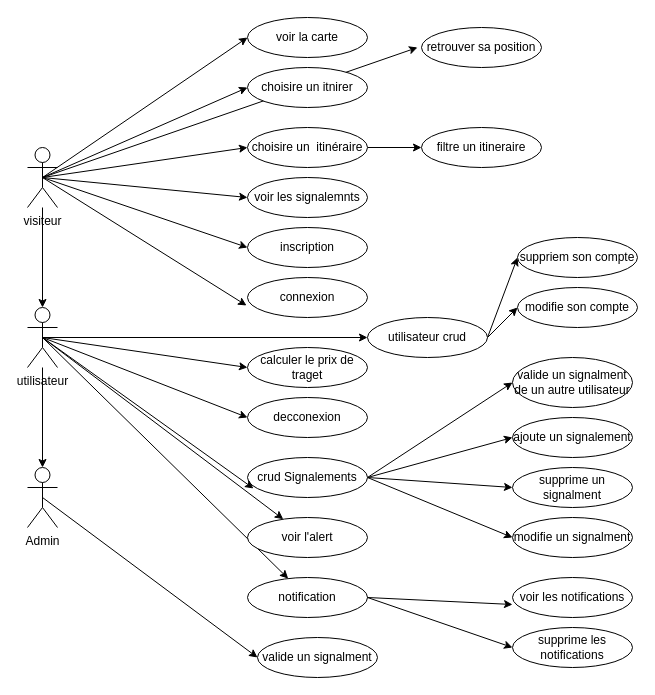
This is Documentation/Diagramma senza titolo.drawio from hamza-bely/4proj, a draw.io file, before an edit. Source tidied: cells renumbered, new cells numbered last; positions are measured from the earlier drawing's top-left corner, leaving out a move shared by most shapes. Both pictures are drawn from the tidied source at 100%, with x=0, y=0 at pixel (27, 17).
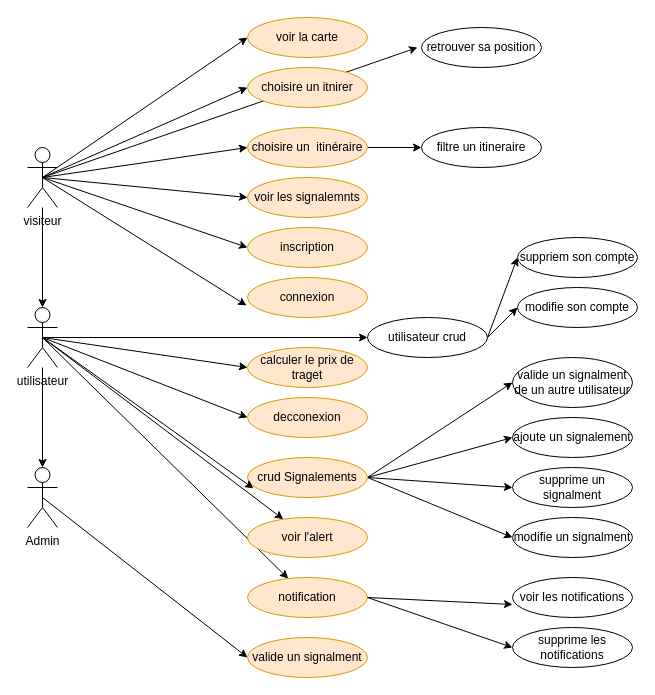
The same diagram, later.

Change to the diagram source:
```diff
@@
-    <mxCell id="18" value="voir la carte" style="ellipse;whiteSpace=wrap;html=1;" parent="1" vertex="1">
+    <mxCell id="18" value="voir la carte" style="ellipse;whiteSpace=wrap;html=1;fillColor=#ffe6cc;strokeColor=#d79b00;" parent="1" vertex="1">
       <mxGeometry x="220" width="120" height="40" as="geometry" />
     </mxCell>
-    <mxCell id="19" value="choisire un itnirer" style="ellipse;whiteSpace=wrap;html=1;" parent="1" vertex="1">
+    <mxCell id="19" value="choisire un itnirer" style="ellipse;whiteSpace=wrap;html=1;fillColor=#ffe6cc;strokeColor=#d79b00;" parent="1" vertex="1">
       <mxGeometry x="220" y="50" width="120" height="40" as="geometry" />
     </mxCell>
@@
-    <mxCell id="21" value="choisire un&amp;nbsp;&amp;nbsp;itinéraire" style="ellipse;whiteSpace=wrap;html=1;" parent="1" vertex="1">
+    <mxCell id="21" value="choisire un&amp;nbsp;&amp;nbsp;itinéraire" style="ellipse;whiteSpace=wrap;html=1;fillColor=#ffe6cc;strokeColor=#d79b00;" parent="1" vertex="1">
       <mxGeometry x="220" y="110" width="120" height="40" as="geometry" />
     </mxCell>
@@
-    <mxCell id="23" value="inscription" style="ellipse;whiteSpace=wrap;html=1;" parent="1" vertex="1">
+    <mxCell id="23" value="inscription" style="ellipse;whiteSpace=wrap;html=1;fillColor=#ffe6cc;strokeColor=#d79b00;" parent="1" vertex="1">
       <mxGeometry x="220" y="210" width="120" height="40" as="geometry" />
     </mxCell>
-    <mxCell id="24" value="valide un signalment" style="ellipse;whiteSpace=wrap;html=1;" parent="1" vertex="1">
-      <mxGeometry x="230" y="620" width="120" height="40" as="geometry" />
+    <mxCell id="24" value="valide un signalment" style="ellipse;whiteSpace=wrap;html=1;fillColor=#ffe6cc;strokeColor=#d79b00;" parent="1" vertex="1">
+      <mxGeometry x="220" y="620" width="120" height="40" as="geometry" />
     </mxCell>
-    <mxCell id="25" value="connexion" style="ellipse;whiteSpace=wrap;html=1;" parent="1" vertex="1">
+    <mxCell id="25" value="connexion" style="ellipse;whiteSpace=wrap;html=1;fillColor=#ffe6cc;strokeColor=#d79b00;" parent="1" vertex="1">
       <mxGeometry x="220" y="260" width="120" height="40" as="geometry" />
     </mxCell>
@@
-    <mxCell id="30" value="&lt;font style=&quot;font-size: 12px;&quot; face=&quot;Helvetica&quot;&gt;crud&amp;nbsp;Signalements&lt;/font&gt;" style="ellipse;whiteSpace=wrap;html=1;" parent="1" vertex="1">
+    <mxCell id="30" value="&lt;font style=&quot;font-size: 12px;&quot; face=&quot;Helvetica&quot;&gt;crud&amp;nbsp;Signalements&lt;/font&gt;" style="ellipse;whiteSpace=wrap;html=1;fillColor=#ffe6cc;strokeColor=#d79b00;" parent="1" vertex="1">
       <mxGeometry x="220" y="440" width="120" height="40" as="geometry" />
     </mxCell>
@@
-    <mxCell id="35" value="&lt;font style=&quot;font-size: 12px;&quot; face=&quot;Helvetica&quot;&gt;voir l'alert&lt;/font&gt;" style="ellipse;whiteSpace=wrap;html=1;" parent="1" vertex="1">
+    <mxCell id="35" value="&lt;font style=&quot;font-size: 12px;&quot; face=&quot;Helvetica&quot;&gt;voir l'alert&lt;/font&gt;" style="ellipse;whiteSpace=wrap;html=1;fillColor=#ffe6cc;strokeColor=#d79b00;" parent="1" vertex="1">
       <mxGeometry x="220" y="500" width="120" height="40" as="geometry" />
     </mxCell>
@@
-    <mxCell id="37" value="notification" style="ellipse;whiteSpace=wrap;html=1;" parent="1" vertex="1">
+    <mxCell id="37" value="notification" style="ellipse;whiteSpace=wrap;html=1;fillColor=#ffe6cc;strokeColor=#d79b00;" parent="1" vertex="1">
       <mxGeometry x="220" y="560" width="120" height="40" as="geometry" />
     </mxCell>
@@
-    <mxCell id="41" value="voir les signalemnts" style="ellipse;whiteSpace=wrap;html=1;" parent="1" vertex="1">
+    <mxCell id="41" value="voir les signalemnts" style="ellipse;whiteSpace=wrap;html=1;fillColor=#ffe6cc;strokeColor=#d79b00;" parent="1" vertex="1">
       <mxGeometry x="220" y="160" width="120" height="40" as="geometry" />
     </mxCell>
@@
-    <mxCell id="46" value="decconexion" style="ellipse;whiteSpace=wrap;html=1;" parent="1" vertex="1">
+    <mxCell id="46" value="decconexion" style="ellipse;whiteSpace=wrap;html=1;fillColor=#ffe6cc;strokeColor=#d79b00;" parent="1" vertex="1">
       <mxGeometry x="220" y="380" width="120" height="40" as="geometry" />
     </mxCell>
-    <mxCell id="47" value="calculer le prix de traget" style="ellipse;whiteSpace=wrap;html=1;" parent="1" vertex="1">
+    <mxCell id="47" value="calculer le prix de traget" style="ellipse;whiteSpace=wrap;html=1;fillColor=#ffe6cc;strokeColor=#d79b00;" parent="1" vertex="1">
       <mxGeometry x="220" y="330" width="120" height="40" as="geometry" />
     </mxCell>
```
